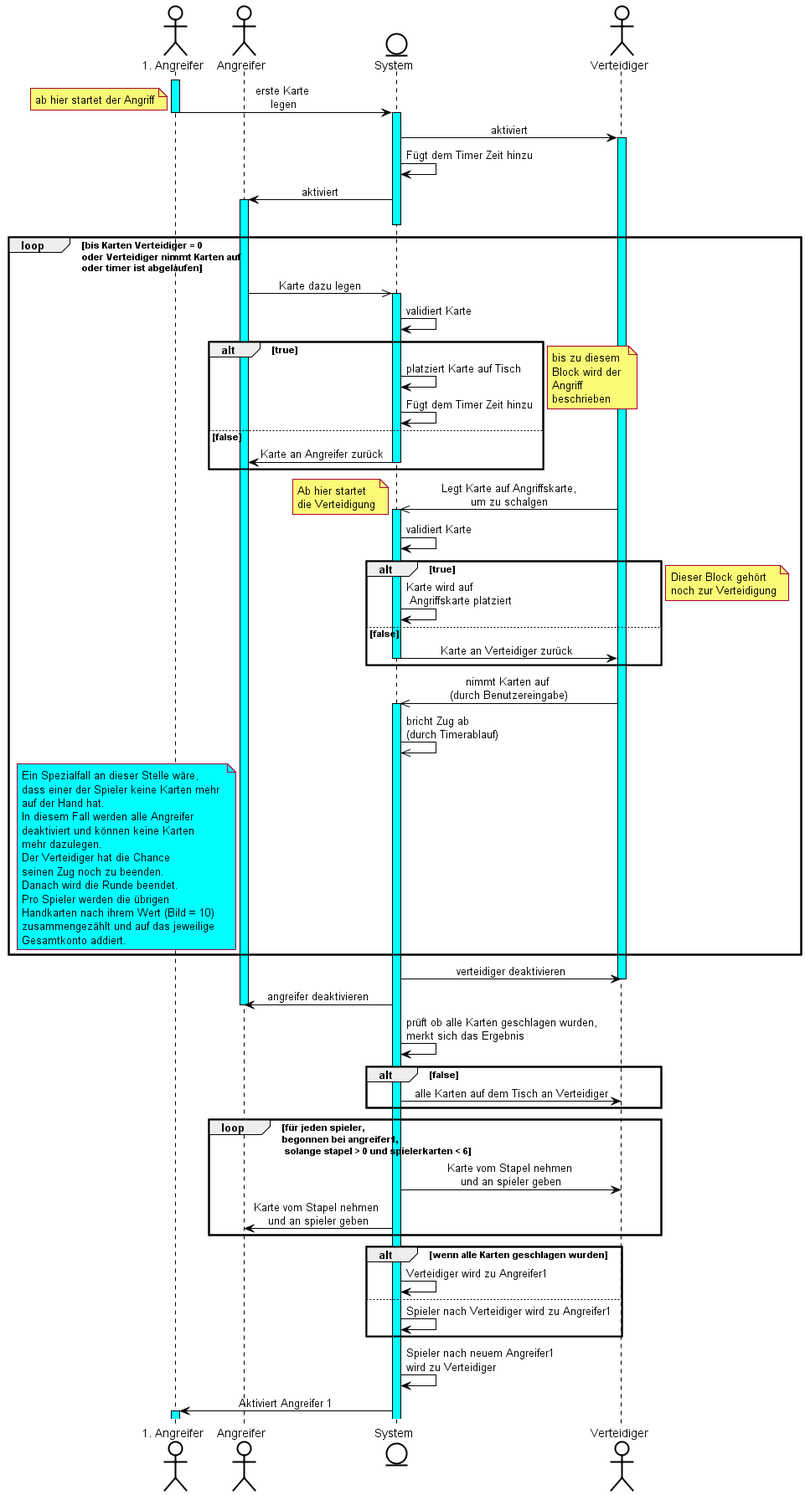
This is Sequenzdiagramm/Durak Zug.png from DerLurchi/Durak, a PlantUML export, as it was before one commit. The source it was exported from:
```plantuml
@startuml Durak Zug

skinparam {
    ArrowColor black
    ActorBorderColor black
    ActorBackgroundColor white
    ActorFontColor black

    EntityBackgroundColor lawnGreen
    EntityBackgroundColor white
    EntityBorderColor black

    SequenceMessageAlignment center
}

skinparam sequence {
    LifeLineBorderColor black
    LifeLineBackgroundColor #aqua
}

skinparam Shadowing false


actor "1. Angreifer" as a1
actor "Angreifer" as a
entity System as sys
actor Verteidiger as v

activate a1
a1 -> sys --++: erste Karte \nlegen
note left: ab hier startet der Angriff


sys -> v ++ : aktiviert
sys -> sys : Fügt dem Timer Zeit hinzu
sys -> a ++-- : aktiviert


loop bis Karten Verteidiger = 0 \noder Verteidiger nimmt Karten auf \noder timer ist abgelaufen

    a ->> sys ++: Karte dazu legen

    sys -> sys : validiert Karte

    alt true

        sys -> sys : platziert Karte auf Tisch
        sys -> sys : Fügt dem Timer Zeit hinzu

    else false

        sys -> a --: Karte an Angreifer zurück

    end
    note left: bis zu diesem \nBlock wird der \nAngriff \nbeschrieben

    v ->> sys ++ : Legt Karte auf Angriffskarte,\num zu schalgen
    note left: Ab hier startet \ndie Verteidigung

    sys -> sys : validiert Karte

    alt true

        sys -> sys : Karte wird auf \n Angriffskarte platziert

    else false

        sys -> v -- : Karte an Verteidiger zurück

    end
    note left: Dieser Block gehört \nnoch zur Verteidigung

    v ->> sys ++ : nimmt Karten auf \n(durch Benutzereingabe)
    sys ->> sys: bricht Zug ab \n(durch Timerablauf)
    note left of a #aqua
    Ein Spezialfall an dieser Stelle wäre,
    dass einer der Spieler keine Karten mehr
    auf der Hand hat.
    In diesem Fall werden alle Angreifer
    deaktiviert und können keine Karten
    mehr dazulegen.
    Der Verteidiger hat die Chance
    seinen Zug noch zu beenden.
    Danach wird die Runde beendet.
    Pro Spieler werden die übrigen
    Handkarten nach ihrem Wert (Bild = 10)
    zusammengezählt und auf das jeweilige
    Gesamtkonto addiert.
    end note

end


sys -> v : verteidiger deaktivieren
deactivate v
sys -> a : angreifer deaktivieren
deactivate a

sys -> sys : prüft ob alle Karten geschlagen wurden, \nmerkt sich das Ergebnis

alt false

    sys -> v : alle Karten auf dem Tisch an Verteidiger

end

loop für jeden spieler, \nbegonnen bei angreifer1, \n solange stapel > 0 und spielerkarten < 6
    sys -> v : Karte vom Stapel nehmen \nund an spieler geben
    sys -> a : Karte vom Stapel nehmen \nund an spieler geben
end

alt wenn alle Karten geschlagen wurden
    sys -> sys : Verteidiger wird zu Angreifer1

else
    sys -> sys : Spieler nach Verteidiger wird zu Angreifer1
end

sys -> sys : Spieler nach neuem Angreifer1 \nwird zu Verteidiger

sys -> a1 ++ : Aktiviert Angreifer 1


@enduml
```
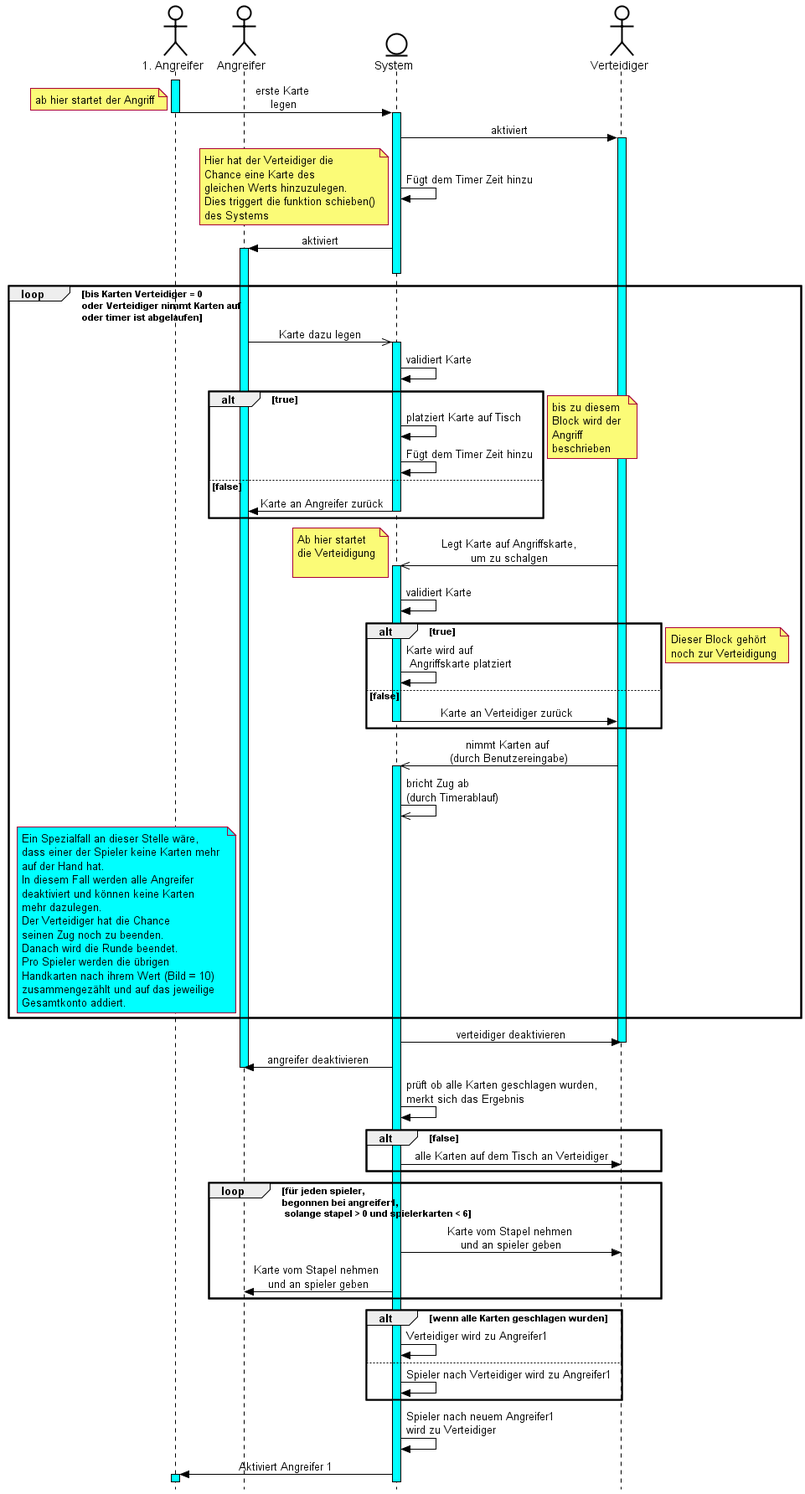
After the change.

What changed in the source:
```diff
@@ -1,6 +1,8 @@
 @startuml Durak Zug
 
 skinparam {
+    Style strictuml
+
     ArrowColor black
     ActorBorderColor black
     ActorBackgroundColor white
@@ -33,6 +35,13 @@
 
 sys -> v ++ : aktiviert
 sys -> sys : Fügt dem Timer Zeit hinzu
+note left
+Hier hat der Verteidiger die
+Chance eine Karte des
+gleichen Werts hinzuzulegen.
+Dies triggert die funktion schieben()
+des Systems
+end note
 sys -> a ++-- : aktiviert
 
 
@@ -55,7 +64,7 @@
     note left: bis zu diesem \nBlock wird der \nAngriff \nbeschrieben
 
     v ->> sys ++ : Legt Karte auf Angriffskarte,\num zu schalgen
-    note left: Ab hier startet \ndie Verteidigung
+    note left: Ab hier startet \ndie Verteidigung\n
 
     sys -> sys : validiert Karte
 
```
